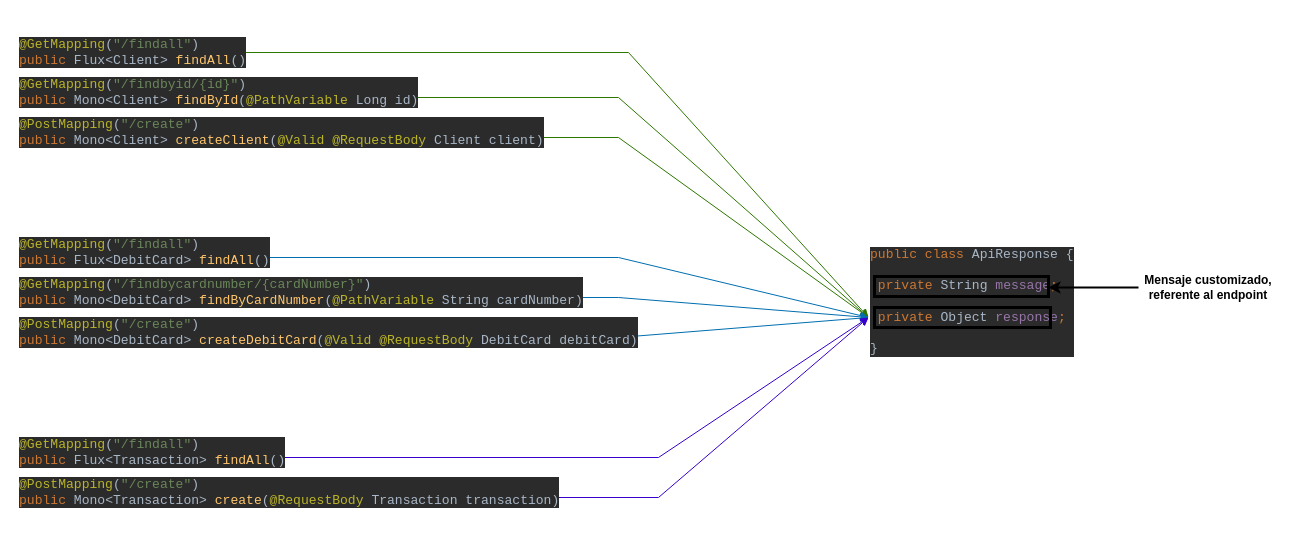
This is page "ApiResponse" (2 of 5) of resources-scripts/arquitectura youtube.drawio from Renzo-develop/workspace-youtube, a draw.io file, before an edit. Source tidied: cells renumbered, new cells numbered last; positions are measured from the earlier drawing's top-left corner, leaving out a move shared by most shapes. Both pictures are drawn from the tidied source at 100%, with x=0, y=0 at pixel (17, 17).
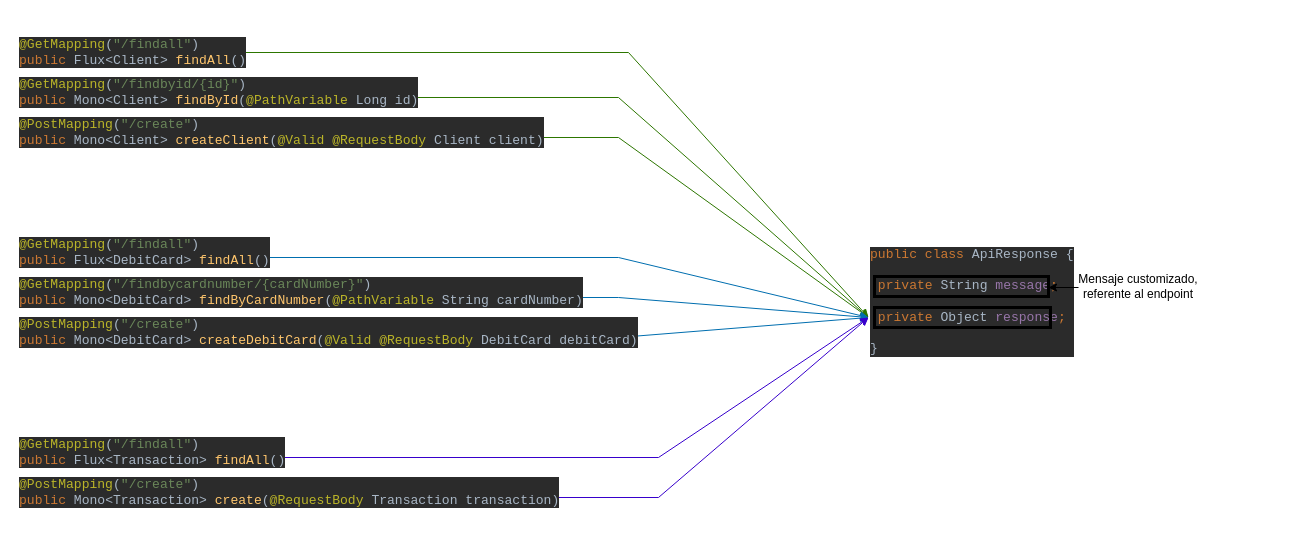
Above is the later version.

Change to the diagram source:
```diff
@@
-    <mxCell id="20" value="Mensaje customizado, referente al endpoint" style="text;html=1;align=center;verticalAlign=middle;whiteSpace=wrap;rounded=0;strokeColor=none;fontStyle=1;fontColor=light-dark(#000000,#3333FF);" parent="1" vertex="1">
-      <mxGeometry x="1121" y="255" width="140" height="30" as="geometry" />
+    <mxCell id="20" value="Mensaje customizado, referente al endpoint" style="text;html=1;align=center;verticalAlign=middle;whiteSpace=wrap;rounded=0;strokeColor=none;" parent="1" vertex="1">
+      <mxGeometry x="1051" y="254" width="140" height="30" as="geometry" />
     </mxCell>
-    <mxCell id="21" style="endArrow=classic;html=1;rounded=0;strokeColor=light-dark(#000000,#3333FF);exitX=0;exitY=0.5;exitDx=0;exitDy=0;strokeWidth=2;" parent="1" edge="1" source="20">
+    <mxCell id="21" style="endArrow=classic;html=1;rounded=0;strokeColor=light-dark(#000000,#FFFFFF);" parent="1" edge="1">
       <mxGeometry relative="1" as="geometry">
+        <mxPoint x="1061" y="270" as="sourcePoint" />
         <mxPoint x="1031" y="270" as="targetPoint" />
       </mxGeometry>
     </mxCell>
```
